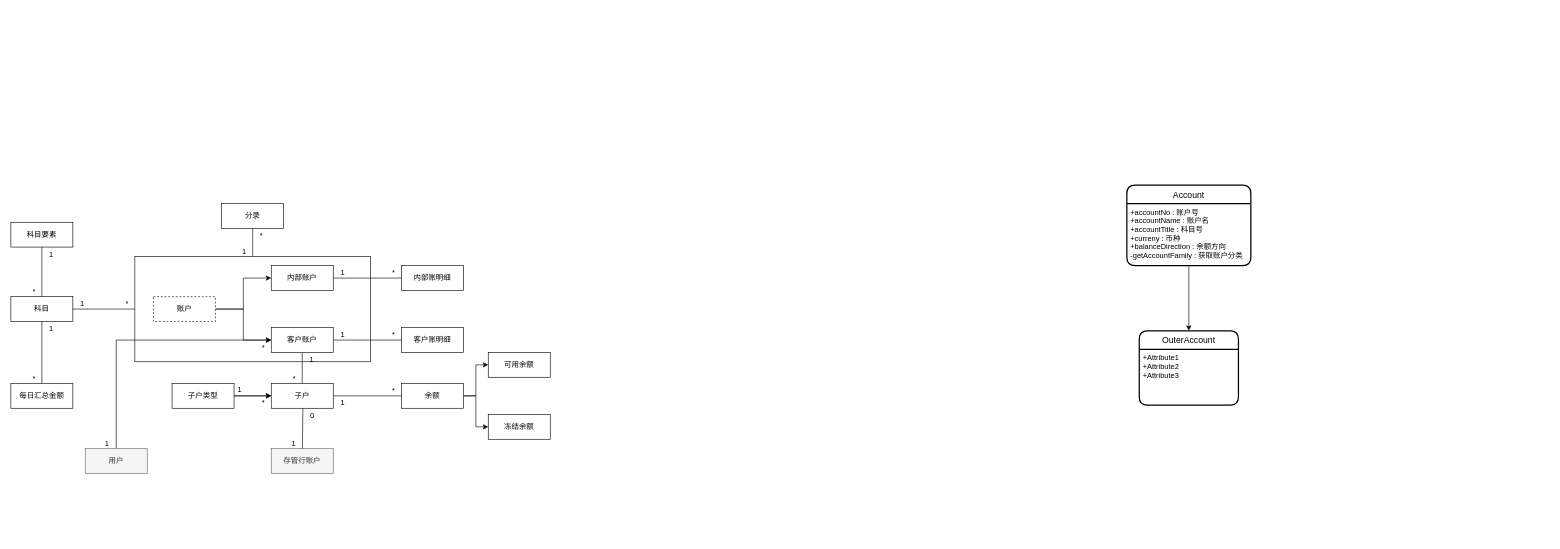
This is 账务/design drawio/Account Diagram.drawio from remind/doanything-docs, a draw.io file, before an edit. Source tidied: cells renumbered, new cells numbered last; positions are measured from the earlier drawing's top-left corner, leaving out a move shared by most shapes. Both pictures are drawn from the tidied source at 62%, with x=0, y=0 at pixel (11, 185).
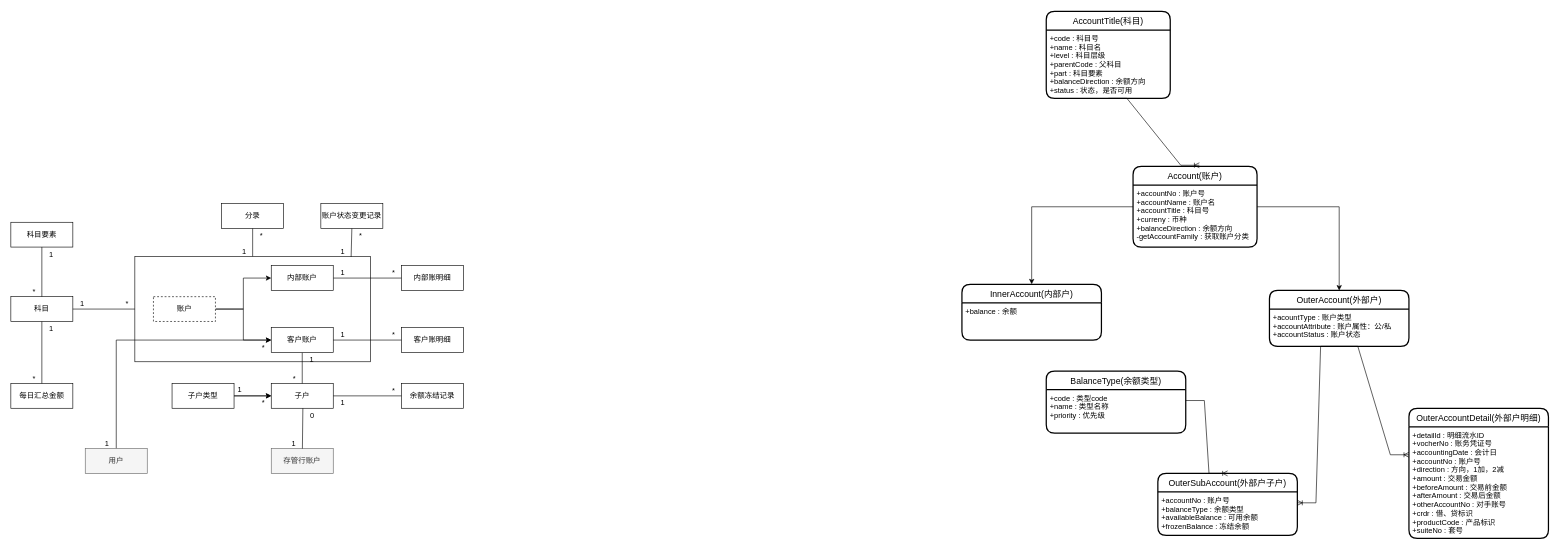
Above is the later version.

The change refers to these unchanged cells:
```xml
<mxCell id="2" style="whiteSpace=wrap;html=1;" parent="1" vertex="1">
  <mxGeometry x="200" y="115" width="380" height="170" as="geometry" />
</mxCell>
```

Change to the diagram source:
```diff
@@
-    <mxCell id="36" style="edgeStyle=orthogonalEdgeStyle;rounded=0;jettySize=auto;html=1;entryX=0;entryY=0.5;entryDx=0;entryDy=0;" parent="1" edge="1" source="38" target="42">
-      <mxGeometry relative="1" as="geometry" />
-    </mxCell>
-    <mxCell id="37" style="edgeStyle=orthogonalEdgeStyle;rounded=0;jettySize=auto;html=1;entryX=0;entryY=0.5;entryDx=0;entryDy=0;" parent="1" edge="1" source="38" target="43">
-      <mxGeometry relative="1" as="geometry" />
-    </mxCell>
-    <mxCell id="38" value="余额" style="whiteSpace=wrap;html=1;align=center;" parent="1" vertex="1">
+    <mxCell id="38" value="余额冻结记录" style="whiteSpace=wrap;html=1;align=center;" parent="1" vertex="1">
       <mxGeometry x="630" y="320" width="100" height="40" as="geometry" />
     </mxCell>
@@
-    <mxCell id="42" value="可用余额" style="whiteSpace=wrap;html=1;align=center;" parent="1" vertex="1">
-      <mxGeometry x="770" y="270" width="100" height="40" as="geometry" />
-    </mxCell>
-    <mxCell id="43" value="冻结余额" style="whiteSpace=wrap;html=1;align=center;" parent="1" vertex="1">
-      <mxGeometry x="770" y="370" width="100" height="40" as="geometry" />
-    </mxCell>
@@
-    <mxCell id="58" value="Account" style="swimlane;horizontal=1;startSize=30;rounded=1;fontSize=14;fontStyle=0;strokeWidth=2;shadow=0;dashed=0;align=center;" parent="1" vertex="1">
-      <mxGeometry x="1800" width="200" height="130" as="geometry" />
+    <mxCell id="58" value="Account(账户)" style="swimlane;horizontal=1;startSize=30;rounded=1;fontSize=14;fontStyle=0;strokeWidth=2;shadow=0;dashed=0;align=center;" parent="1" vertex="1">
+      <mxGeometry x="1810" y="-30" width="200" height="130" as="geometry" />
     </mxCell>
@@
-    <mxCell id="60" value="OuterAccount" style="swimlane;horizontal=1;startSize=30;rounded=1;fontSize=14;fontStyle=0;strokeWidth=2;shadow=0;dashed=0;align=center;" parent="1" vertex="1">
-      <mxGeometry x="1820" y="235" width="160" height="120" as="geometry" />
+    <mxCell id="60" value="OuterAccount(外部户)" style="swimlane;horizontal=1;startSize=30;rounded=1;fontSize=14;fontStyle=0;strokeWidth=2;shadow=0;dashed=0;align=center;" parent="1" vertex="1">
+      <mxGeometry x="2030" y="170" width="225" height="90" as="geometry" />
     </mxCell>
-    <mxCell id="61" value="+Attribute1&#10;+Attribute2&#10;+Attribute3" style="align=left;strokeColor=none;fillColor=none;spacingLeft=4;fontSize=12;verticalAlign=top;dashed=1;" parent="60" vertex="1">
-      <mxGeometry y="30" width="160" height="90" as="geometry" />
+    <mxCell id="61" value="+acountType : 账户类型&#10;+accountAttribute : 账户属性：公/私&#10;+accountStatus : 账户状态" style="align=left;strokeColor=none;fillColor=none;spacingLeft=4;fontSize=12;verticalAlign=top;dashed=1;" parent="60" vertex="1">
+      <mxGeometry y="30" width="225" height="60" as="geometry" />
     </mxCell>
+    <mxCell id="62" value="账户状态变更记录" style="whiteSpace=wrap;html=1;align=center;" parent="1" vertex="1">
+      <mxGeometry x="500" y="30" width="100" height="40" as="geometry" />
+    </mxCell>
+    <mxCell id="63" style="endArrow=none;html=1;rounded=0;exitX=0.5;exitY=1;exitDx=0;exitDy=0;entryX=0.918;entryY=0.006;entryDx=0;entryDy=0;entryPerimeter=0;" parent="1" edge="1" source="62" target="2">
+      <mxGeometry relative="1" as="geometry" />
+    </mxCell>
+    <mxCell id="64" value="*" style="html=1;align=left;verticalAlign=bottom;" parent="63" vertex="1">
+      <mxGeometry x="-1" relative="1" as="geometry">
+        <mxPoint x="10" y="20" as="offset" />
+      </mxGeometry>
+    </mxCell>
+    <mxCell id="65" value="1" style="html=1;align=right;verticalAlign=bottom;" parent="63" vertex="1">
+      <mxGeometry x="1" relative="1" as="geometry">
+        <mxPoint x="-10" as="offset" />
+      </mxGeometry>
+    </mxCell>
+    <mxCell id="66" value="OuterSubAccount(外部户子户)" style="swimlane;horizontal=1;startSize=30;rounded=1;fontSize=14;fontStyle=0;strokeWidth=2;shadow=0;dashed=0;align=center;" parent="1" vertex="1">
+      <mxGeometry x="1850" y="465" width="225" height="100" as="geometry" />
+    </mxCell>
+    <mxCell id="67" value="+accountNo : 账户号&#10;+balanceType : 余额类型&#10;+availableBalance : 可用余额&#10;+frozenBalance : 冻结余额" style="align=left;strokeColor=none;fillColor=none;spacingLeft=4;fontSize=12;verticalAlign=top;dashed=1;" parent="66" vertex="1">
+      <mxGeometry y="30" width="225" height="70" as="geometry" />
+    </mxCell>
+    <mxCell id="68" value="AccountTitle(科目)" style="swimlane;horizontal=1;startSize=30;rounded=1;fontSize=14;fontStyle=0;strokeWidth=2;shadow=0;dashed=0;align=center;" parent="1" vertex="1">
+      <mxGeometry x="1670" y="-280" width="200" height="140" as="geometry" />
+    </mxCell>
+    <mxCell id="69" value="+code : 科目号&#10;+name : 科目名&#10;+level : 科目层级&#10;+parentCode : 父科目&#10;+part : 科目要素&#10;+balanceDirection : 余额方向&#10;+status : 状态，是否可用" style="align=left;strokeColor=none;fillColor=none;spacingLeft=4;fontSize=12;verticalAlign=top;dashed=1;" parent="68" vertex="1">
+      <mxGeometry y="30" width="200" height="110" as="geometry" />
+    </mxCell>
+    <mxCell id="70" style="edgeStyle=entityRelationEdgeStyle;fontSize=12;html=1;endArrow=ERoneToMany;rounded=0;entryX=1;entryY=0.25;entryDx=0;entryDy=0;exitX=0.5;exitY=1;exitDx=0;exitDy=0;" parent="1" edge="1" source="61" target="67">
+      <mxGeometry relative="1" as="geometry" />
+    </mxCell>
+    <mxCell id="71" style="edgeStyle=entityRelationEdgeStyle;fontSize=12;html=1;endArrow=ERoneToMany;rounded=0;exitX=0.5;exitY=1;exitDx=0;exitDy=0;entryX=0.535;entryY=-0.015;entryDx=0;entryDy=0;entryPerimeter=0;" parent="1" edge="1" source="69" target="58">
+      <mxGeometry relative="1" as="geometry" />
+    </mxCell>
+    <mxCell id="72" value="InnerAccount(内部户)" style="swimlane;horizontal=1;startSize=30;rounded=1;fontSize=14;fontStyle=0;strokeWidth=2;shadow=0;dashed=0;align=center;" parent="1" vertex="1">
+      <mxGeometry x="1534" y="160" width="225" height="90" as="geometry" />
+    </mxCell>
+    <mxCell id="73" value="+balance : 余额" style="align=left;strokeColor=none;fillColor=none;spacingLeft=4;fontSize=12;verticalAlign=top;dashed=1;" parent="72" vertex="1">
+      <mxGeometry y="30" width="225" height="60" as="geometry" />
+    </mxCell>
+    <mxCell id="74" style="edgeStyle=orthogonalEdgeStyle;rounded=0;jettySize=auto;html=1;exitX=0;exitY=0.5;exitDx=0;exitDy=0;entryX=0.5;entryY=0;entryDx=0;entryDy=0;" parent="1" edge="1" source="58" target="72">
+      <mxGeometry relative="1" as="geometry" />
+    </mxCell>
+    <mxCell id="75" style="edgeStyle=entityRelationEdgeStyle;fontSize=12;html=1;endArrow=ERoneToMany;rounded=0;entryX=0;entryY=0.25;entryDx=0;entryDy=0;exitX=0.5;exitY=1;exitDx=0;exitDy=0;" parent="1" edge="1" source="61" target="77">
+      <mxGeometry relative="1" as="geometry" />
+    </mxCell>
+    <mxCell id="76" value="OuterAccountDetail(外部户明细)" style="swimlane;horizontal=1;startSize=30;rounded=1;fontSize=14;fontStyle=0;strokeWidth=2;shadow=0;dashed=0;align=center;" parent="1" vertex="1">
+      <mxGeometry x="2255" y="360" width="225" height="210" as="geometry" />
+    </mxCell>
+    <mxCell id="77" value="+detailId : 明细流水ID&#10;+vocherNo : 账务凭证号&#10;+accountingDate : 会计日&#10;+accountNo : 账户号&#10;+direction : 方向，1加，2减&#10;+amount : 交易金额&#10;+beforeAmount : 交易前金额&#10;+afterAmount : 交易后金额&#10;+otherAccountNo : 对手账号&#10;+crdr : 借、贷标识&#10;+productCode : 产品标识&#10;+suiteNo : 套号" style="align=left;strokeColor=none;fillColor=none;spacingLeft=4;fontSize=12;verticalAlign=top;dashed=1;" parent="76" vertex="1">
+      <mxGeometry y="30" width="225" height="180" as="geometry" />
+    </mxCell>
+    <mxCell id="78" value="BalanceType(余额类型)" style="swimlane;horizontal=1;startSize=30;rounded=1;fontSize=14;fontStyle=0;strokeWidth=2;shadow=0;dashed=0;align=center;" parent="1" vertex="1">
+      <mxGeometry x="1670" y="300" width="225" height="100" as="geometry" />
+    </mxCell>
+    <mxCell id="79" value="+code : 类型code&#10;+name : 类型名称&#10;+priority : 优先级" style="align=left;strokeColor=none;fillColor=none;spacingLeft=4;fontSize=12;verticalAlign=top;dashed=1;" parent="78" vertex="1">
+      <mxGeometry y="30" width="225" height="70" as="geometry" />
+    </mxCell>
+    <mxCell id="80" style="edgeStyle=entityRelationEdgeStyle;fontSize=12;html=1;endArrow=ERoneToMany;rounded=0;entryX=0.5;entryY=0;entryDx=0;entryDy=0;exitX=1;exitY=0.25;exitDx=0;exitDy=0;" parent="1" edge="1" source="79" target="66">
+      <mxGeometry relative="1" as="geometry" />
+    </mxCell>
```
